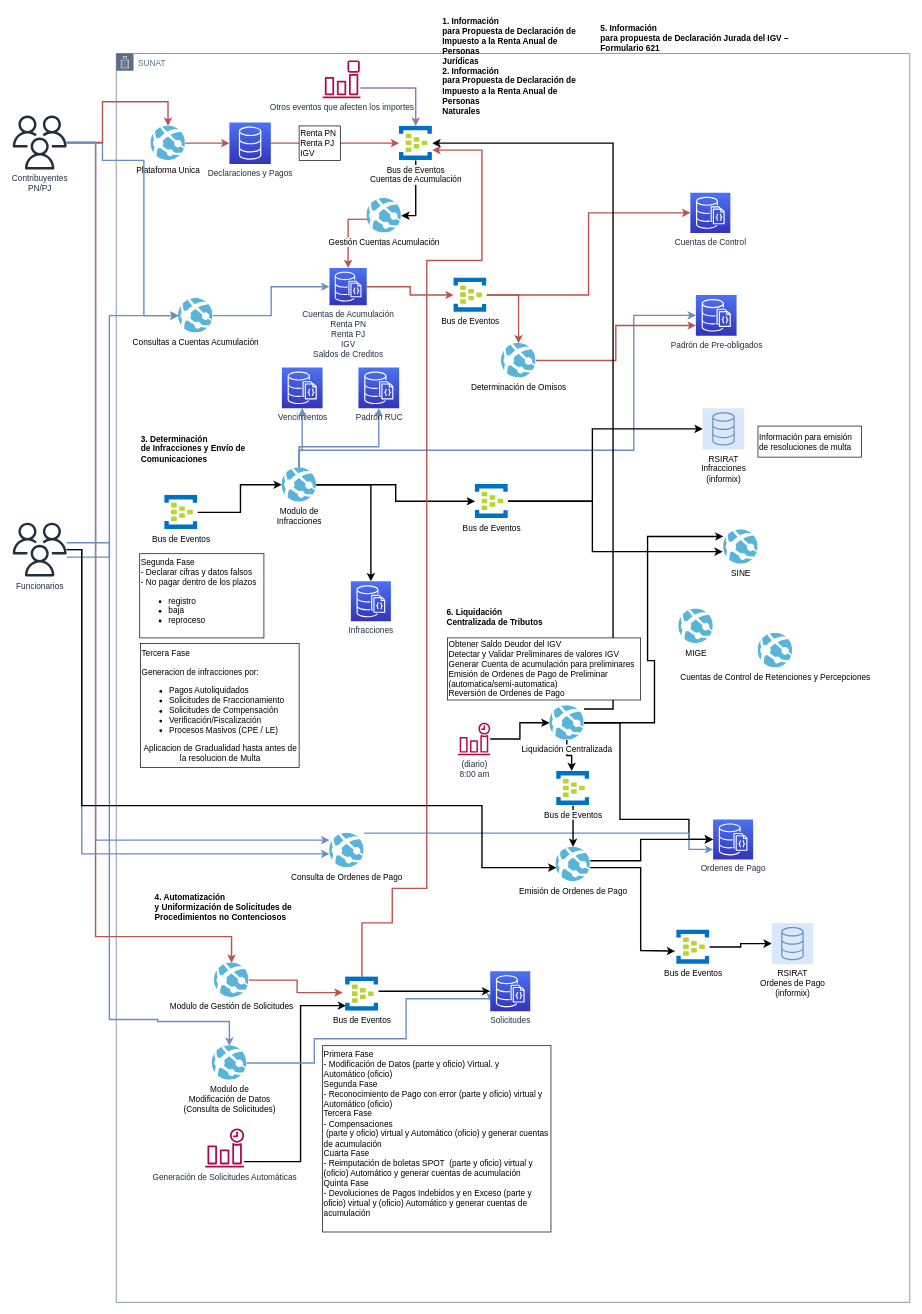
skynet25/cuentaunica keeps this draw.io diagram as Diagrama Arquitectura CU 2022-V2.drawio. Above is the earlier version. Source tidied: cells renumbered, new cells numbered last; positions are measured from the earlier drawing's top-left corner, leaving out a move shared by most shapes. Both pictures are drawn from the tidied source at 69%, with x=0, y=0 at pixel (12, 12).
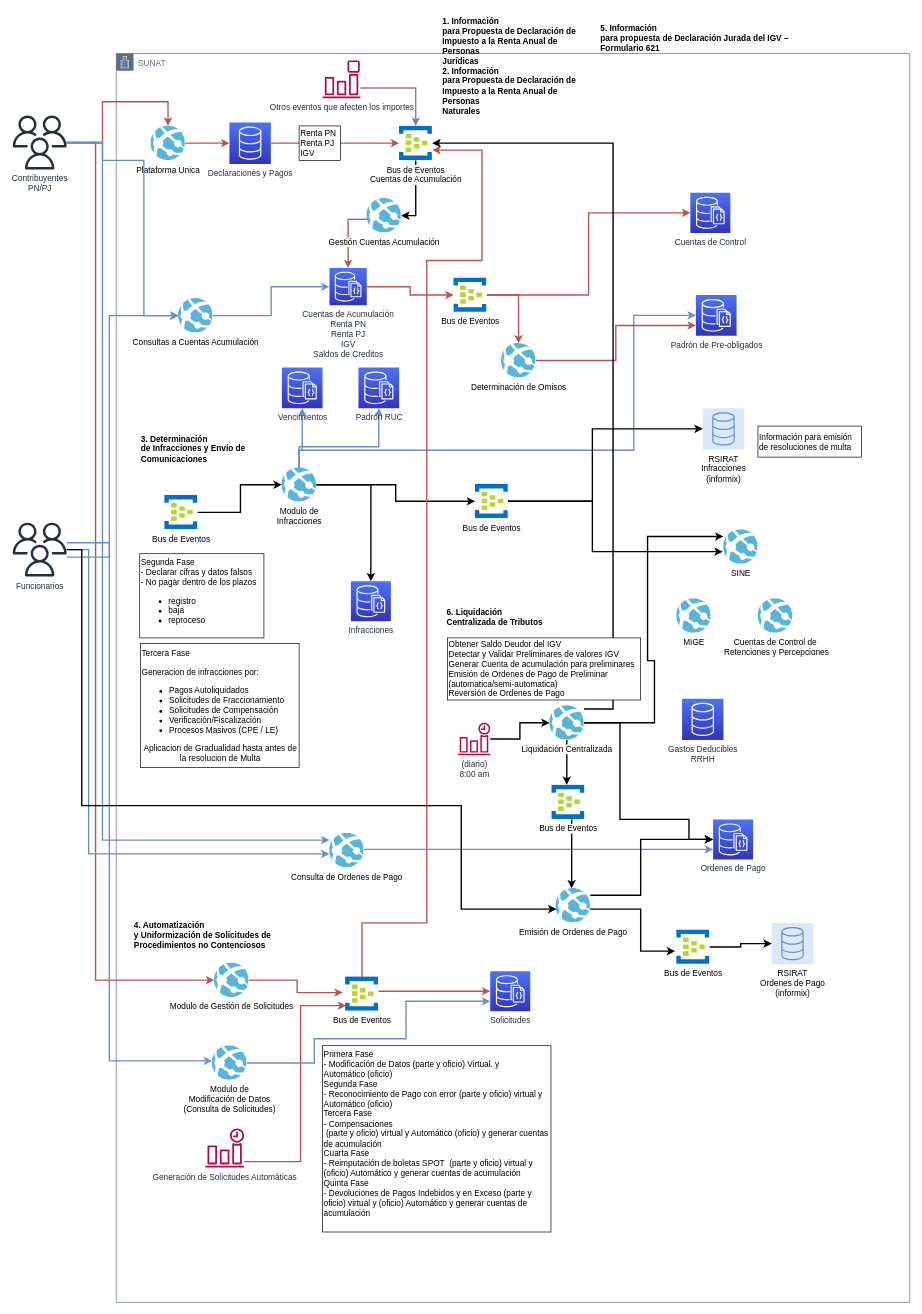
After the change.

The change refers to these unchanged cells:
```xml
<mxCell id="2" value="SUNAT" style="gradientColor=none;html=1;whiteSpace=wrap;fontSize=12;fontStyle=0;shape=mxgraph.aws4.group;grIcon=mxgraph.aws4.group_corporate_data_center;strokeColor=#5A6C86;fillColor=none;verticalAlign=top;align=left;spacingLeft=30;fontColor=#5A6C86;dashed=0;" parent="1" vertex="1">
  <mxGeometry x="150" y="60" width="1150" height="1810" as="geometry" />
</mxCell>
<mxCell id="16" value="Bus de Eventos&lt;br&gt;Cuentas de Acumulación" style="sketch=0;html=1;points=[];align=center;image;fontSize=12;image=img/lib/mscae/Event_Hubs.svg;" parent="2" vertex="1">
  <mxGeometry x="410" y="105" width="48" height="50" as="geometry" />
</mxCell>
<mxCell id="34" value="Modulo de Gestión de Solicitudes" style="sketch=0;html=1;points=[];align=center;image;fontSize=12;image=img/lib/mscae/App_Services.svg;" parent="2" vertex="1">
  <mxGeometry x="142.1" y="1318" width="50" height="50" as="geometry" />
</mxCell>
<mxCell id="40" value="Generación de Solicitudes Automáticas" style="sketch=0;outlineConnect=0;fontColor=#232F3E;gradientColor=none;fillColor=#B0084D;strokeColor=none;dashed=0;verticalLabelPosition=bottom;verticalAlign=top;align=center;html=1;fontSize=12;fontStyle=0;shape=mxgraph.aws4.event_time_based;" parent="2" vertex="1">
  <mxGeometry x="128.9" y="1558" width="56.5" height="56.5" as="geometry" />
</mxCell>
<mxCell id="42" value="Modulo de &lt;br&gt;Modificación de Datos&lt;br&gt;(Consulta de Solicitudes)" style="sketch=0;html=1;points=[];align=center;image;fontSize=12;image=img/lib/mscae/App_Services.svg;" parent="2" vertex="1">
  <mxGeometry x="138.9" y="1438" width="50" height="50" as="geometry" />
</mxCell>
<mxCell id="43" value="Solicitudes" style="sketch=0;points=[[0,0,0],[0.25,0,0],[0.5,0,0],[0.75,0,0],[1,0,0],[0,1,0],[0.25,1,0],[0.5,1,0],[0.75,1,0],[1,1,0],[0,0.25,0],[0,0.5,0],[0,0.75,0],[1,0.25,0],[1,0.5,0],[1,0.75,0]];outlineConnect=0;fontColor=#232F3E;gradientColor=#4D72F3;gradientDirection=north;fillColor=#3334B9;strokeColor=#ffffff;dashed=0;verticalLabelPosition=bottom;verticalAlign=top;align=center;html=1;fontSize=12;fontStyle=0;shape=mxgraph.aws4.resourceIcon;resIcon=mxgraph.aws4.documentdb_with_mongodb_compatibility;" parent="2" vertex="1">
  <mxGeometry x="542" y="1330" width="58" height="58" as="geometry" />
</mxCell>
<mxCell id="46" value="Bus de Eventos" style="sketch=0;html=1;points=[];align=center;image;fontSize=12;image=img/lib/mscae/Event_Hubs.svg;" parent="2" vertex="1">
  <mxGeometry x="332.1" y="1338" width="48" height="50" as="geometry" />
</mxCell>
<mxCell id="62" value="Bus de Eventos" style="sketch=0;html=1;points=[];align=center;image;fontSize=12;image=img/lib/mscae/Event_Hubs.svg;" parent="2" vertex="1">
  <mxGeometry x="812" y="1270" width="48" height="50" as="geometry" />
</mxCell>
<mxCell id="64" value="Ordenes de Pago" style="sketch=0;points=[[0,0,0],[0.25,0,0],[0.5,0,0],[0.75,0,0],[1,0,0],[0,1,0],[0.25,1,0],[0.5,1,0],[0.75,1,0],[1,1,0],[0,0.25,0],[0,0.5,0],[0,0.75,0],[1,0.25,0],[1,0.5,0],[1,0.75,0]];outlineConnect=0;fontColor=#232F3E;gradientColor=#4D72F3;gradientDirection=north;fillColor=#3334B9;strokeColor=#ffffff;dashed=0;verticalLabelPosition=bottom;verticalAlign=top;align=center;html=1;fontSize=12;fontStyle=0;shape=mxgraph.aws4.resourceIcon;resIcon=mxgraph.aws4.documentdb_with_mongodb_compatibility;" parent="2" vertex="1">
  <mxGeometry x="865" y="1110" width="58" height="58" as="geometry" />
</mxCell>
<mxCell id="66" value="Consulta de Ordenes de Pago" style="sketch=0;html=1;points=[];align=center;image;fontSize=12;image=img/lib/mscae/App_Services.svg;" parent="2" vertex="1">
  <mxGeometry x="309" y="1130" width="50" height="50" as="geometry" />
</mxCell>
<mxCell id="84" value="Contribuyentes&lt;br&gt;PN/PJ" style="sketch=0;outlineConnect=0;fontColor=#232F3E;gradientColor=none;fillColor=#232F3D;strokeColor=none;dashed=0;verticalLabelPosition=bottom;verticalAlign=top;align=center;html=1;fontSize=12;fontStyle=0;shape=mxgraph.aws4.users;" parent="1" vertex="1">
  <mxGeometry y="150" width="78" height="78" as="geometry" />
</mxCell>
<mxCell id="89" value="Funcionarios" style="sketch=0;outlineConnect=0;fontColor=#232F3E;gradientColor=none;fillColor=#232F3D;strokeColor=none;dashed=0;verticalLabelPosition=bottom;verticalAlign=top;align=center;html=1;fontSize=12;fontStyle=0;shape=mxgraph.aws4.users;" parent="1" vertex="1">
  <mxGeometry y="740" width="78" height="78" as="geometry" />
</mxCell>
```

Diff of the diagram source:
```diff
@@
     <mxCell id="38" value="&lt;b style=&quot;mso-bidi-font-weight:normal&quot;&gt;&lt;span lang=&quot;ES&quot;&gt;4. Automatización&lt;br&gt;y Uniformización de Solicitudes de Procedimientos no Contenciosos&lt;/span&gt;&lt;/b&gt;&lt;span lang=&quot;ES&quot;&gt;&amp;nbsp;&lt;/span&gt;" style="text;whiteSpace=wrap;html=1;" parent="2" vertex="1">
-      <mxGeometry x="54" y="1210" width="280" height="50" as="geometry" />
+      <mxGeometry x="23.9" y="1250" width="280" height="50" as="geometry" />
     </mxCell>
-    <mxCell id="39" style="edgeStyle=orthogonalEdgeStyle;rounded=0;jettySize=auto;html=1;entryX=0.021;entryY=0.84;entryDx=0;entryDy=0;entryPerimeter=0;strokeWidth=2;" parent="2" edge="1" source="40" target="46">
+    <mxCell id="39" style="edgeStyle=orthogonalEdgeStyle;rounded=0;jettySize=auto;html=1;entryX=0.021;entryY=0.84;entryDx=0;entryDy=0;entryPerimeter=0;strokeWidth=2;fillColor=#f8cecc;strokeColor=#b85450;" parent="2" edge="1" source="40" target="46">
       <mxGeometry relative="1" as="geometry">
         <Array as="points">
           <mxPoint x="267.1" y="1606" />
           <mxPoint x="267.1" y="1380" />
         </Array>
       </mxGeometry>
     </mxCell>
@@
     <mxCell id="41" style="edgeStyle=orthogonalEdgeStyle;rounded=0;jettySize=auto;html=1;entryX=0;entryY=0.75;entryDx=0;entryDy=0;entryPerimeter=0;strokeWidth=2;fillColor=#dae8fc;strokeColor=#6c8ebf;" parent="2" edge="1" source="42" target="43">
       <mxGeometry relative="1" as="geometry">
         <Array as="points">
           <mxPoint x="287" y="1463" />
           <mxPoint x="287" y="1428" />
           <mxPoint x="420" y="1428" />
-          <mxPoint x="420" y="1370" />
-          <mxPoint x="542" y="1370" />
+          <mxPoint x="420" y="1374" />
         </Array>
       </mxGeometry>
     </mxCell>
@@
-    <mxCell id="44" style="edgeStyle=orthogonalEdgeStyle;rounded=0;jettySize=auto;html=1;entryX=0;entryY=0.5;entryDx=0;entryDy=0;entryPerimeter=0;strokeWidth=2;" parent="2" edge="1" source="46" target="43">
+    <mxCell id="44" style="edgeStyle=orthogonalEdgeStyle;rounded=0;jettySize=auto;html=1;entryX=0;entryY=0.5;entryDx=0;entryDy=0;entryPerimeter=0;strokeWidth=2;fillColor=#f8cecc;strokeColor=#b85450;" parent="2" edge="1" source="46" target="43">
       <mxGeometry relative="1" as="geometry">
         <Array as="points">
           <mxPoint x="420" y="1359" />
           <mxPoint x="420" y="1359" />
         </Array>
       </mxGeometry>
     </mxCell>
     <mxCell id="45" style="edgeStyle=orthogonalEdgeStyle;rounded=0;jettySize=auto;html=1;strokeWidth=2;fillColor=#f8cecc;strokeColor=#b85450;" parent="2" edge="1" source="46" target="16">
       <mxGeometry relative="1" as="geometry">
         <Array as="points">
           <mxPoint x="356" y="1260" />
-          <mxPoint x="400" y="1260" />
-          <mxPoint x="400" y="1210" />
-          <mxPoint x="450" y="1210" />
+          <mxPoint x="450" y="1260" />
           <mxPoint x="450" y="300" />
           <mxPoint x="530" y="300" />
           <mxPoint x="530" y="140" />
         </Array>
       </mxGeometry>
     </mxCell>
@@
     <mxCell id="56" value="MIGE" style="sketch=0;html=1;align=center;image;fontSize=12;image=img/lib/mscae/App_Services.svg;" parent="2" vertex="1">
-      <mxGeometry x="815" y="805" width="50" height="50" as="geometry" />
+      <mxGeometry x="812" y="790" width="50" height="50" as="geometry" />
     </mxCell>
-    <mxCell id="57" value="Cuentas de Control de Retenciones y Percepciones" style="sketch=0;html=1;align=center;image;fontSize=12;image=img/lib/mscae/App_Services.svg;" parent="2" vertex="1">
-      <mxGeometry x="930" y="840" width="50" height="50" as="geometry" />
+    <mxCell id="57" value="Cuentas de Control de&lt;br&gt;&amp;nbsp;Retenciones y Percepciones" style="sketch=0;html=1;align=center;image;fontSize=12;image=img/lib/mscae/App_Services.svg;" parent="2" vertex="1">
+      <mxGeometry x="930" y="790" width="50" height="50" as="geometry" />
     </mxCell>
@@
     <mxCell id="59" style="edgeStyle=orthogonalEdgeStyle;rounded=0;jettySize=auto;html=1;entryX=-0.042;entryY=0.62;entryDx=0;entryDy=0;entryPerimeter=0;strokeWidth=2;" parent="2" edge="1" source="76" target="62">
       <mxGeometry relative="1" as="geometry">
         <Array as="points">
-          <mxPoint x="760" y="1180" />
-          <mxPoint x="760" y="1300" />
+          <mxPoint x="760" y="1240" />
+          <mxPoint x="760" y="1301" />
         </Array>
       </mxGeometry>
     </mxCell>
@@
     <mxCell id="65" style="edgeStyle=orthogonalEdgeStyle;rounded=0;jettySize=auto;html=1;entryX=0;entryY=0.75;entryDx=0;entryDy=0;entryPerimeter=0;strokeWidth=2;fillColor=#dae8fc;strokeColor=#6c8ebf;" parent="2" edge="1" source="66" target="64">
       <mxGeometry relative="1" as="geometry">
         <Array as="points">
-          <mxPoint x="830" y="1130" />
+          <mxPoint x="830" y="1154" />
         </Array>
       </mxGeometry>
     </mxCell>
@@
     <mxCell id="75" style="edgeStyle=orthogonalEdgeStyle;rounded=0;jettySize=auto;html=1;entryX=0;entryY=0.5;entryDx=0;entryDy=0;entryPerimeter=0;strokeWidth=2;" parent="2" edge="1" source="76" target="64">
       <mxGeometry relative="1" as="geometry">
         <Array as="points">
-          <mxPoint x="760" y="1170" />
+          <mxPoint x="760" y="1220" />
           <mxPoint x="760" y="1139" />
         </Array>
       </mxGeometry>
     </mxCell>
     <mxCell id="76" value="Emisión de Ordenes de Pago" style="sketch=0;html=1;points=[];align=center;image;fontSize=12;image=img/lib/mscae/App_Services.svg;" parent="2" vertex="1">
-      <mxGeometry x="637" y="1150" width="50" height="50" as="geometry" />
+      <mxGeometry x="637" y="1210" width="50" height="50" as="geometry" />
     </mxCell>
     <mxCell id="77" style="edgeStyle=orthogonalEdgeStyle;rounded=0;jettySize=auto;html=1;strokeWidth=2;" parent="2" edge="1" source="78" target="76">
-      <mxGeometry relative="1" as="geometry" />
+      <mxGeometry relative="1" as="geometry">
+        <Array as="points">
+          <mxPoint x="660" y="1180" />
+          <mxPoint x="660" y="1180" />
+        </Array>
+      </mxGeometry>
     </mxCell>
     <mxCell id="78" value="Bus de Eventos" style="sketch=0;html=1;points=[];align=center;image;fontSize=12;image=img/lib/mscae/Event_Hubs.svg;" parent="2" vertex="1">
-      <mxGeometry x="638" y="1040" width="48" height="50" as="geometry" />
+      <mxGeometry x="631" y="1060" width="48" height="50" as="geometry" />
     </mxCell>
@@
+    <mxCell id="91" value="Gastos Deducibles&lt;br&gt;RRHH" style="sketch=0;fontColor=#232F3E;gradientColor=#4D72F3;gradientDirection=north;fillColor=#3334B9;strokeColor=#ffffff;dashed=0;verticalLabelPosition=bottom;verticalAlign=top;align=center;html=1;fontSize=12;fontStyle=0;shape=mxgraph.aws4.resourceIcon;resIcon=mxgraph.aws4.database;" parent="2" vertex="1">
+      <mxGeometry x="820" y="935" width="60" height="60" as="geometry" />
+    </mxCell>
@@
     <mxCell id="82" style="edgeStyle=orthogonalEdgeStyle;rounded=0;jettySize=auto;html=1;strokeWidth=2;fillColor=#f8cecc;strokeColor=#b85450;" parent="1" edge="1" source="84" target="34">
       <mxGeometry relative="1" as="geometry">
         <Array as="points">
           <mxPoint x="120" y="189" />
-          <mxPoint x="120" y="1340" />
+          <mxPoint x="120" y="1403" />
         </Array>
       </mxGeometry>
     </mxCell>
     <mxCell id="83" style="edgeStyle=orthogonalEdgeStyle;rounded=0;jettySize=auto;html=1;strokeWidth=2;fillColor=#dae8fc;strokeColor=#6c8ebf;" parent="1" edge="1" source="84" target="66">
       <mxGeometry relative="1" as="geometry">
         <Array as="points">
-          <mxPoint x="120" y="189" />
-          <mxPoint x="120" y="1200" />
+          <mxPoint x="130" y="189" />
+          <mxPoint x="130" y="1200" />
         </Array>
       </mxGeometry>
     </mxCell>
@@
     <mxCell id="86" style="edgeStyle=orthogonalEdgeStyle;rounded=0;jettySize=auto;html=1;strokeWidth=2;strokeColor=#6c8ebf;fillColor=#dae8fc;" parent="1" edge="1" source="89" target="42">
       <mxGeometry relative="1" as="geometry">
         <Array as="points">
           <mxPoint x="140" y="769" />
-          <mxPoint x="140" y="1460" />
-          <mxPoint x="210" y="1460" />
-          <mxPoint x="210" y="1463" />
+          <mxPoint x="140" y="1520" />
         </Array>
       </mxGeometry>
     </mxCell>
     <mxCell id="87" style="edgeStyle=orthogonalEdgeStyle;rounded=0;jettySize=auto;html=1;strokeWidth=2;strokeColor=#6c8ebf;fillColor=#dae8fc;" parent="1" edge="1" source="89" target="66">
       <mxGeometry relative="1" as="geometry">
         <Array as="points">
-          <mxPoint x="100" y="779" />
-          <mxPoint x="100" y="1220" />
+          <mxPoint x="110" y="779" />
+          <mxPoint x="110" y="1220" />
         </Array>
       </mxGeometry>
     </mxCell>
     <mxCell id="88" style="edgeStyle=orthogonalEdgeStyle;rounded=0;jettySize=auto;html=1;entryX=0.02;entryY=0.6;entryDx=0;entryDy=0;entryPerimeter=0;strokeWidth=2;" parent="1" edge="1" source="89" target="76">
       <mxGeometry relative="1" as="geometry">
         <Array as="points">
           <mxPoint x="100" y="779" />
           <mxPoint x="100" y="1150" />
-          <mxPoint x="680" y="1150" />
-          <mxPoint x="680" y="1240" />
+          <mxPoint x="650" y="1150" />
+          <mxPoint x="650" y="1300" />
         </Array>
       </mxGeometry>
     </mxCell>
```
